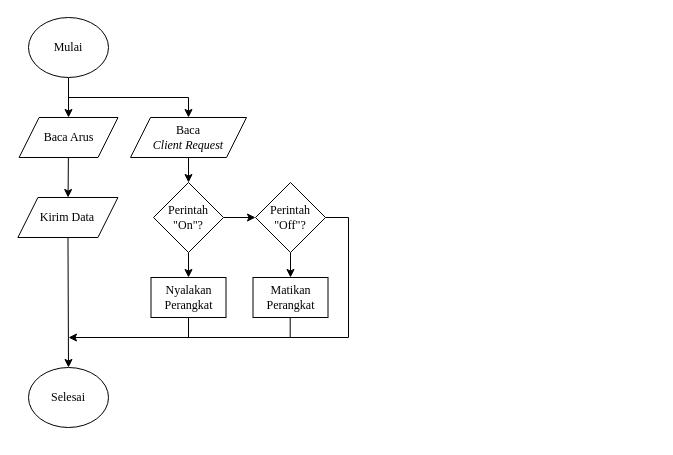
Above: Flowchat Smart Plug.drawio in m-arson/lala (draw.io), before the change. Source tidied: cells renumbered, new cells numbered last; positions are measured from the earlier drawing's top-left corner, leaving out a move shared by most shapes. Both pictures are drawn from the tidied source at 100%, with x=0, y=0 at pixel (17, 17).
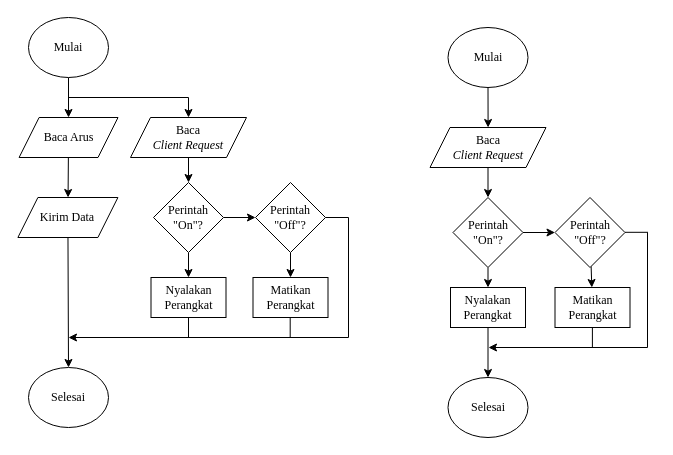
After the change.

The edit, as a diff of the source:
```diff
@@
+    <mxCell id="25" style="edgeStyle=none;rounded=0;jettySize=auto;html=1;" parent="1" edge="1" source="26">
+      <mxGeometry relative="1" as="geometry">
+        <mxPoint x="470.6" y="110" as="targetPoint" />
+      </mxGeometry>
+    </mxCell>
+    <mxCell id="26" value="&lt;font face=&quot;Times New Roman&quot;&gt;Mulai&lt;/font&gt;" style="ellipse;whiteSpace=wrap;html=1;" parent="1" vertex="1">
+      <mxGeometry x="430.5" y="10" width="80" height="60" as="geometry" />
+    </mxCell>
+    <mxCell id="27" value="&lt;font face=&quot;Times New Roman&quot;&gt;Selesai&lt;/font&gt;" style="ellipse;whiteSpace=wrap;html=1;" parent="1" vertex="1">
+      <mxGeometry x="430.5" y="360" width="80" height="60" as="geometry" />
+    </mxCell>
+    <mxCell id="28" style="edgeStyle=none;rounded=0;jettySize=auto;html=1;" parent="1" edge="1" source="29" target="32">
+      <mxGeometry relative="1" as="geometry" />
+    </mxCell>
+    <mxCell id="29" value="&lt;font face=&quot;Times New Roman&quot;&gt;Baca&lt;br&gt;&lt;i&gt;Client Request&lt;/i&gt;&lt;/font&gt;" style="shape=parallelogram;perimeter=parallelogramPerimeter;whiteSpace=wrap;html=1;fixedSize=1;" parent="1" vertex="1">
+      <mxGeometry x="412.5" y="110" width="116" height="40" as="geometry" />
+    </mxCell>
+    <mxCell id="30" style="edgeStyle=none;rounded=0;jettySize=auto;html=1;" parent="1" edge="1" source="32" target="36">
+      <mxGeometry relative="1" as="geometry" />
+    </mxCell>
+    <mxCell id="31" style="edgeStyle=none;rounded=0;jettySize=auto;html=1;" parent="1" edge="1" source="32" target="34">
+      <mxGeometry relative="1" as="geometry" />
+    </mxCell>
+    <mxCell id="32" value="&lt;font face=&quot;Times New Roman&quot;&gt;Perintah&lt;br&gt;&quot;On&quot;?&lt;/font&gt;" style="rhombus;whiteSpace=wrap;html=1;" parent="1" vertex="1">
+      <mxGeometry x="435.5" y="180" width="70" height="70" as="geometry" />
+    </mxCell>
+    <mxCell id="33" style="edgeStyle=none;rounded=0;jettySize=auto;html=1;entryX=0.5;entryY=0;entryDx=0;entryDy=0;" parent="1" edge="1" source="34" target="27">
+      <mxGeometry relative="1" as="geometry" />
+    </mxCell>
+    <mxCell id="34" value="&lt;font face=&quot;Times New Roman&quot;&gt;Nyalakan Perangkat&lt;/font&gt;" style="rounded=0;whiteSpace=wrap;html=1;align=center;" parent="1" vertex="1">
+      <mxGeometry x="433" y="270" width="75" height="40" as="geometry" />
+    </mxCell>
+    <mxCell id="35" style="edgeStyle=none;rounded=0;jettySize=auto;html=1;" parent="1" edge="1" source="36" target="37">
+      <mxGeometry relative="1" as="geometry" />
+    </mxCell>
+    <mxCell id="36" value="&lt;font face=&quot;Times New Roman&quot;&gt;Perintah&lt;br&gt;&quot;Off&quot;?&lt;/font&gt;" style="rhombus;whiteSpace=wrap;html=1;" parent="1" vertex="1">
+      <mxGeometry x="537.5" y="180" width="70" height="70" as="geometry" />
+    </mxCell>
+    <mxCell id="37" value="&lt;font face=&quot;Times New Roman&quot;&gt;Matikan Perangkat&lt;/font&gt;" style="rounded=0;whiteSpace=wrap;html=1;align=center;" parent="1" vertex="1">
+      <mxGeometry x="537.5" y="270" width="75" height="40" as="geometry" />
+    </mxCell>
+    <mxCell id="38" style="endArrow=none;html=1;entryX=0.5;entryY=1;entryDx=0;entryDy=0;" parent="1" edge="1">
+      <mxGeometry relative="1" as="geometry">
+        <mxPoint x="574.9" y="330" as="sourcePoint" />
+        <mxPoint x="574.9" y="310" as="targetPoint" />
+      </mxGeometry>
+    </mxCell>
+    <mxCell id="39" style="endArrow=none;html=1;" parent="1" edge="1">
+      <mxGeometry relative="1" as="geometry">
+        <mxPoint x="630" y="330" as="sourcePoint" />
+        <mxPoint x="630" y="215" as="targetPoint" />
+      </mxGeometry>
+    </mxCell>
+    <mxCell id="40" style="endArrow=none;html=1;entryX=0.5;entryY=1;entryDx=0;entryDy=0;" parent="1" edge="1">
+      <mxGeometry relative="1" as="geometry">
+        <mxPoint x="630.5" y="214.8" as="sourcePoint" />
+        <mxPoint x="607.5" y="214.8" as="targetPoint" />
+      </mxGeometry>
+    </mxCell>
+    <mxCell id="41" style="endArrow=classic;html=1;" parent="1" edge="1">
+      <mxGeometry relative="1" as="geometry">
+        <mxPoint x="630" y="330" as="sourcePoint" />
+        <mxPoint x="471" y="330" as="targetPoint" />
+      </mxGeometry>
+    </mxCell>
```
